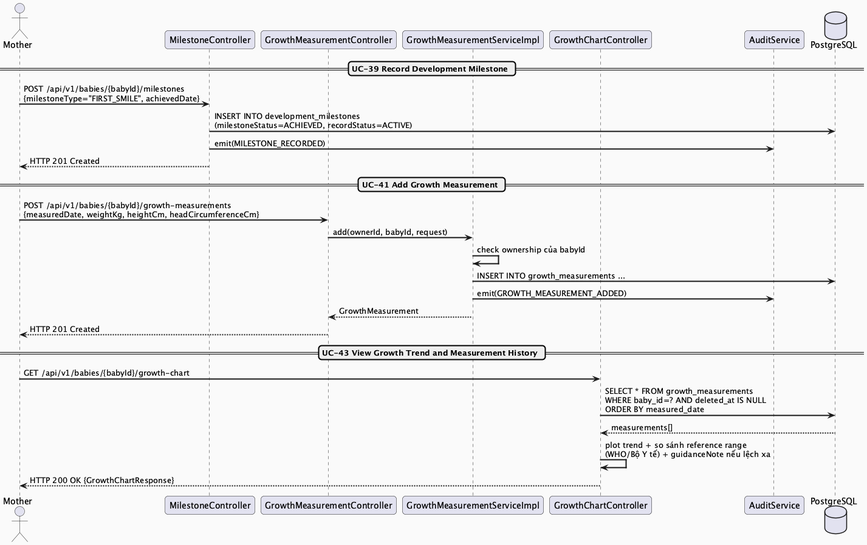
Above: docs/Detailed_Design/MF03_Baby_Care_Growth_Vaccination/images/MF03_02_GrowthMilestone_SequenceDiagram.png in ChuongBDHE172784/CareBridge_SEP490_G79 (PlantUML), before the change.
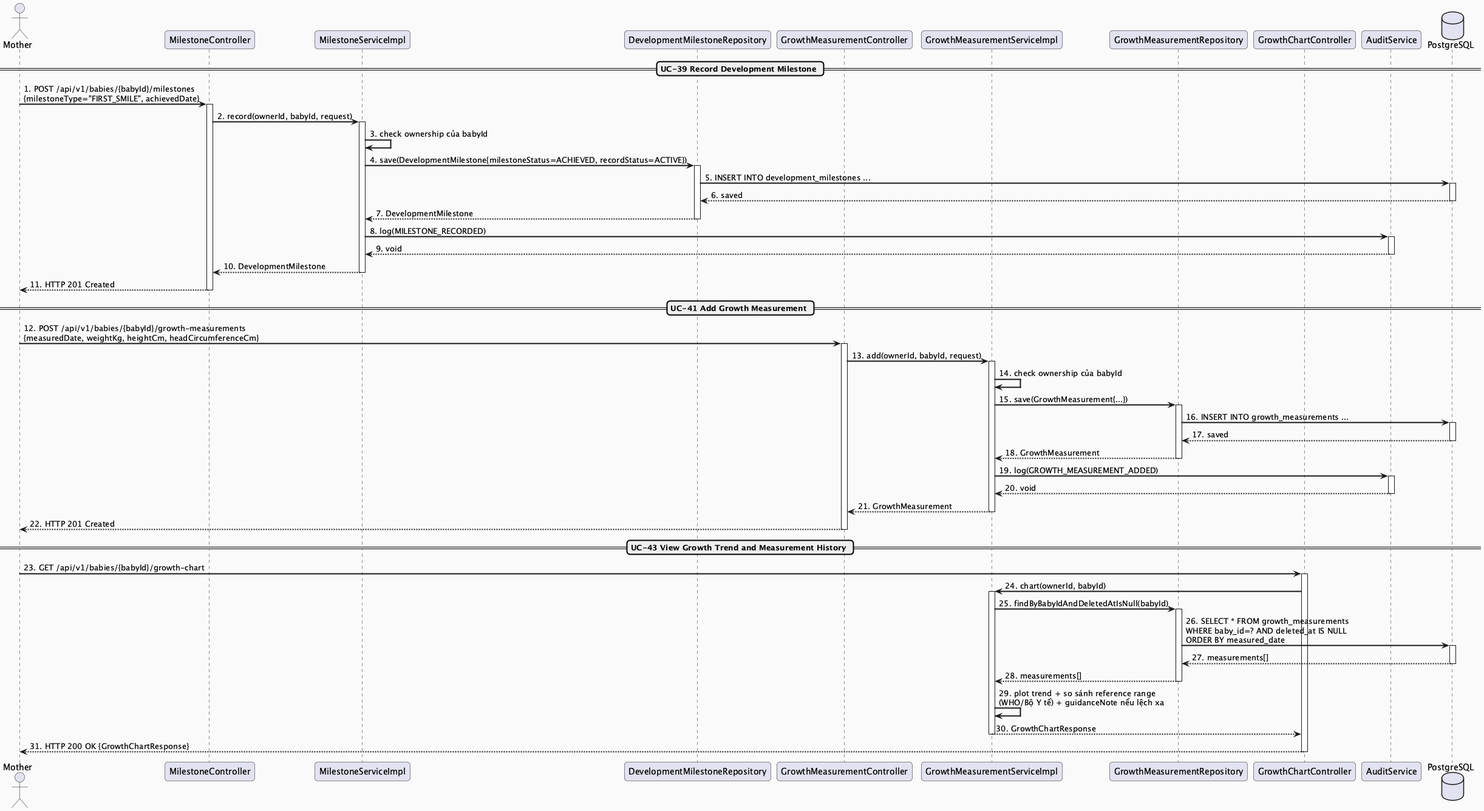
Above is the later version.

The edit, as a diff of the source:
```diff
@@ -5,32 +5,78 @@
 
 actor "Mother" as M
 participant "MilestoneController" as MilestoneController
+participant "MilestoneServiceImpl" as MilestoneService
+participant "DevelopmentMilestoneRepository" as MilestoneRepo
 participant "GrowthMeasurementController" as GrowthController
 participant "GrowthMeasurementServiceImpl" as GrowthService
+participant "GrowthMeasurementRepository" as GrowthRepo
 participant "GrowthChartController" as ChartController
 participant "AuditService" as Audit
 database "PostgreSQL" as DB
 
 == UC-39 Record Development Milestone ==
-M -> MilestoneController : POST /api/v1/babies/{babyId}/milestones\n{milestoneType="FIRST_SMILE", achievedDate}
-MilestoneController -> DB : INSERT INTO development_milestones\n(milestoneStatus=ACHIEVED, recordStatus=ACTIVE)
-MilestoneController -> Audit : emit(MILESTONE_RECORDED)
-MilestoneController --> M : HTTP 201 Created
+M -> MilestoneController : 1. POST /api/v1/babies/{babyId}/milestones\n{milestoneType="FIRST_SMILE", achievedDate}
+activate MilestoneController
+MilestoneController -> MilestoneService : 2. record(ownerId, babyId, request)
+activate MilestoneService
+MilestoneService -> MilestoneService : 3. check ownership của babyId
+MilestoneService -> MilestoneRepo : 4. save(DevelopmentMilestone{milestoneStatus=ACHIEVED, recordStatus=ACTIVE})
+activate MilestoneRepo
+MilestoneRepo -> DB : 5. INSERT INTO development_milestones ...
+activate DB
+DB --> MilestoneRepo : 6. saved
+deactivate DB
+MilestoneRepo --> MilestoneService : 7. DevelopmentMilestone
+deactivate MilestoneRepo
+MilestoneService -> Audit : 8. log(MILESTONE_RECORDED)
+activate Audit
+Audit --> MilestoneService : 9. void
+deactivate Audit
+MilestoneService --> MilestoneController : 10. DevelopmentMilestone
+deactivate MilestoneService
+MilestoneController --> M : 11. HTTP 201 Created
+deactivate MilestoneController
 
 == UC-41 Add Growth Measurement ==
-M -> GrowthController : POST /api/v1/babies/{babyId}/growth-measurements\n{measuredDate, weightKg, heightCm, headCircumferenceCm}
-GrowthController -> GrowthService : add(ownerId, babyId, request)
-GrowthService -> GrowthService : check ownership của babyId
-GrowthService -> DB : INSERT INTO growth_measurements ...
-GrowthService -> Audit : emit(GROWTH_MEASUREMENT_ADDED)
-GrowthService --> GrowthController : GrowthMeasurement
-GrowthController --> M : HTTP 201 Created
+M -> GrowthController : 12. POST /api/v1/babies/{babyId}/growth-measurements\n{measuredDate, weightKg, heightCm, headCircumferenceCm}
+activate GrowthController
+GrowthController -> GrowthService : 13. add(ownerId, babyId, request)
+activate GrowthService
+GrowthService -> GrowthService : 14. check ownership của babyId
+GrowthService -> GrowthRepo : 15. save(GrowthMeasurement{...})
+activate GrowthRepo
+GrowthRepo -> DB : 16. INSERT INTO growth_measurements ...
+activate DB
+DB --> GrowthRepo : 17. saved
+deactivate DB
+GrowthRepo --> GrowthService : 18. GrowthMeasurement
+deactivate GrowthRepo
+GrowthService -> Audit : 19. log(GROWTH_MEASUREMENT_ADDED)
+activate Audit
+Audit --> GrowthService : 20. void
+deactivate Audit
+GrowthService --> GrowthController : 21. GrowthMeasurement
+deactivate GrowthService
+GrowthController --> M : 22. HTTP 201 Created
+deactivate GrowthController
 
 == UC-43 View Growth Trend and Measurement History ==
-M -> ChartController : GET /api/v1/babies/{babyId}/growth-chart
-ChartController -> DB : SELECT * FROM growth_measurements\nWHERE baby_id=? AND deleted_at IS NULL\nORDER BY measured_date
-DB --> ChartController : measurements[]
-ChartController -> ChartController : plot trend + so sánh reference range\n(WHO/Bộ Y tế) + guidanceNote nếu lệch xa
-ChartController --> M : HTTP 200 OK {GrowthChartResponse}
+M -> ChartController : 23. GET /api/v1/babies/{babyId}/growth-chart
+activate ChartController
+ChartController -> GrowthService : 24. chart(ownerId, babyId)
+activate GrowthService
+GrowthService -> GrowthRepo : 25. findByBabyIdAndDeletedAtIsNull(babyId)
+activate GrowthRepo
+GrowthRepo -> DB : 26. SELECT * FROM growth_measurements\nWHERE baby_id=? AND deleted_at IS NULL\nORDER BY measured_date
+activate DB
+DB --> GrowthRepo : 27. measurements[]
+deactivate DB
+GrowthRepo --> GrowthService : 28. measurements[]
+deactivate GrowthRepo
+GrowthService -> GrowthService : 29. plot trend + so sánh reference range\n(WHO/Bộ Y tế) + guidanceNote nếu lệch xa
+GrowthService --> ChartController : 30. GrowthChartResponse
+deactivate GrowthService
+ChartController --> M : 31. HTTP 200 OK {GrowthChartResponse}
+deactivate ChartController
 
 @enduml
```
